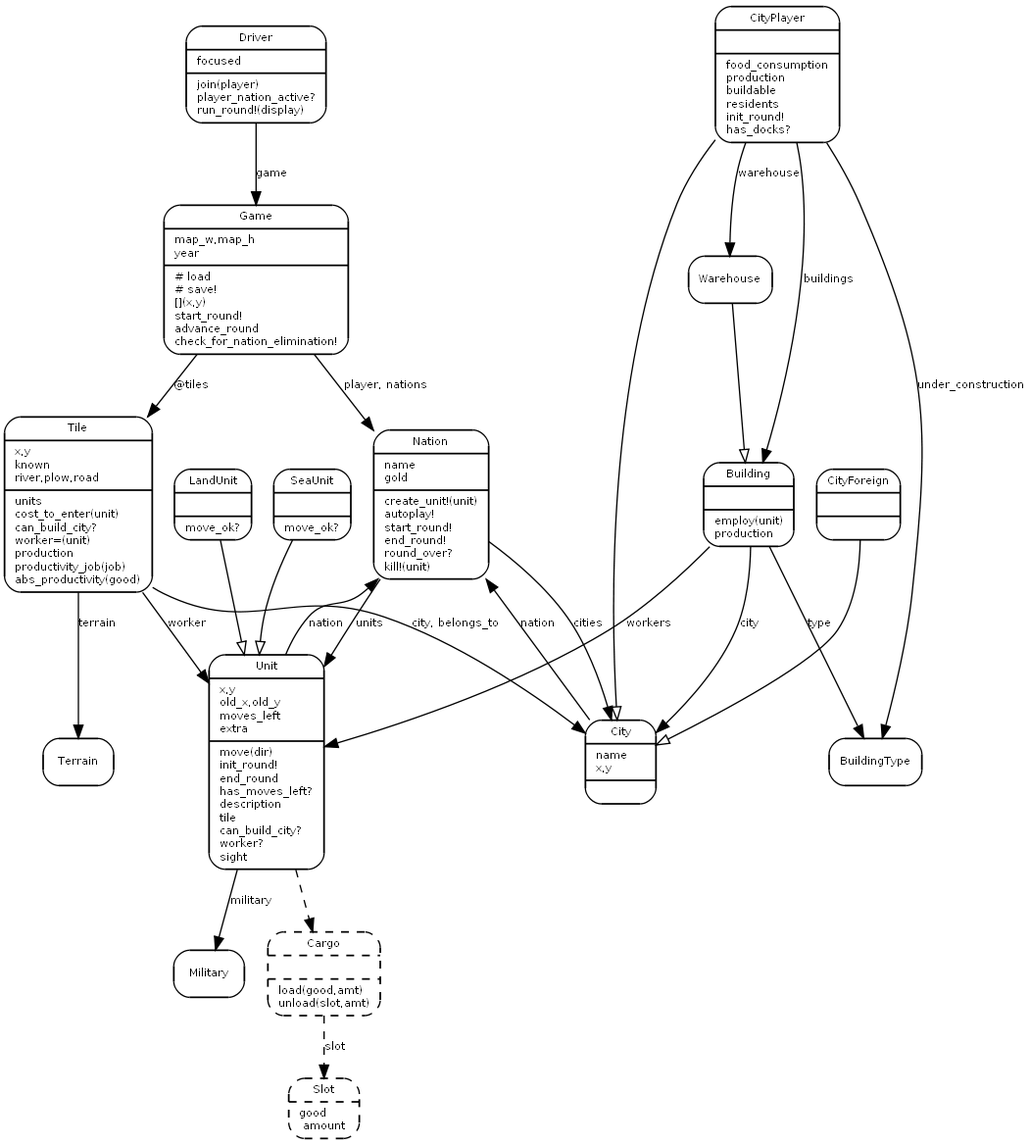
The Graphviz diagram cociv/doc/classes.png in andrenho/andrenho, before a commit. Its source is kept beside it as cociv/doc/classes.dot. Its diagram source:
```dot
digraph G {
  fontname = "DejaVu Sans"
  fontsize = 8

  node [
    fontname = "DejaVu Sans"
    fontsize = 8
    shape = "Mrecord"
  ]

  edge [
    fontname = "DejaVu Sans"
    fontsize = 8
  ]

  Driver [
    label = "{Driver | focused\l | join(player)\lplayer_nation_active?\lrun_round!(display)\l }"
  ]
  Driver -> Game [ label = "game" ]

  Game [
    label = "{Game | map_w,map_h\lyear\l | # load\l# save!\l[](x,y)\lstart_round!\ladvance_round\lcheck_for_nation_elimination!\l }"
  ]
  Game -> Nation [ label = "player, nations" ]
  Game -> Tile [ label = "@tiles" ]

  Tile [
    label = "{Tile | x,y\lknown\lriver,plow,road\l|units\lcost_to_enter(unit)\lcan_build_city?\lworker=(unit)\lproduction\lproductivity_job(job)\labs_productivity(good)\l}"
  ]
  Tile -> Terrain [ label = "terrain" ]
  Tile -> City [ label = "city, belongs_to" ]
  Tile -> Unit [ label = "worker" ]

  Nation [
    label = "{Nation | name\lgold\l | create_unit!(unit)\lautoplay!\lstart_round!\lend_round!\lround_over?\lkill!(unit)\l }"
  ]
  Nation -> Unit [ label = "units" ]
  Nation -> City [ label = "cities" ]

  Unit [
    label = "{Unit | x,y\lold_x,old_y\lmoves_left\lextra\l | move(dir)\linit_round!\lend_round\lhas_moves_left?\ldescription\ltile\lcan_build_city?\lworker?\lsight\l }"
  ]
  Unit -> Nation [ label = "nation" ]
  Unit -> Military [ label = "military" ]

  LandUnit -> Unit [ arrowhead = "empty" ]
  LandUnit [
    label = "{LandUnit || move_ok?}"
  ]

  SeaUnit -> Unit [ arrowhead = "empty" ]
  SeaUnit [
    label = "{SeaUnit || move_ok?}"
  ]

  Unit -> Cargo [ style = "dashed" ];
  Cargo [
    label = "{Cargo||load(good,amt)\lunload(slot,amt)\l}"
    style = "dashed"
  ]

  Cargo -> Slot [ label="slot", style = "dashed" ];
  Slot [
    label = "{Slot|good\lamount}"
    style = "dashed"
  ]

  City [
    label = "{City | name\lx,y\l|}"
  ]
  City -> Nation [ label = "nation" ]

  CityForeign -> City [ arrowhead = "empty" ]
  CityForeign [
    label = "{CityForeign||}"
  ]

  CityPlayer -> City [ arrowhead = "empty" ]
  CityPlayer [
    label = "{CityPlayer || food_consumption\lproduction\lbuildable\lresidents\linit_round!\lhas_docks?\l }"
  ]
  CityPlayer -> Building [ label = "buildings" ]
  CityPlayer -> BuildingType [ label = "under_construction" ]
  CityPlayer -> Warehouse [ label = "warehouse" ]

  Building [
    label = "{Building || employ(unit)\lproduction\l}"
  ]
  Building -> BuildingType [ label = "type" ]
  Building -> Unit [ label = "workers" ]
  Building -> City [ label = "city" ]

  Warehouse -> Building [ arrowhead = "empty" ]

}
```
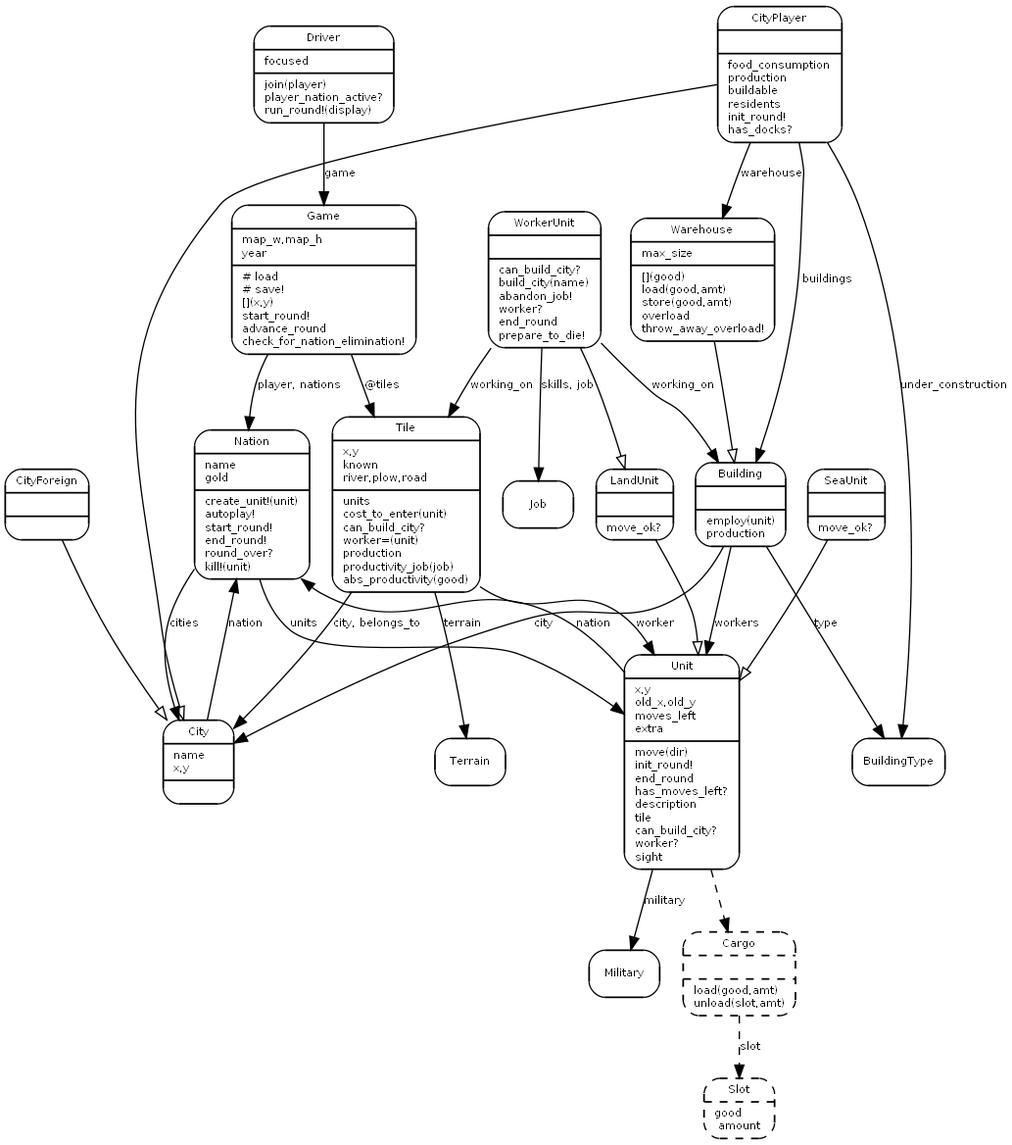
After the commit.

Change to the diagram source:
```diff
@@ -91,5 +91,15 @@
   Building -> City [ label = "city" ]
 
   Warehouse -> Building [ arrowhead = "empty" ]
+  Warehouse [
+    label = "{Warehouse | max_size\l | [](good)\lload(good,amt)\lstore(good,amt)\loverload\lthrow_away_overload!\l }"
+  ]
 
+  WorkerUnit -> LandUnit [ arrowhead = "empty" ]
+  WorkerUnit [
+    label = "{ WorkerUnit || can_build_city?\lbuild_city(name)\labandon_job!\lworker?\lend_round\lprepare_to_die!\l }"
+  ]
+  WorkerUnit -> Job [ label = "skills, job" ]
+  WorkerUnit -> Building [ label = "working_on" ]
+  WorkerUnit -> Tile [ label = "working_on" ]
 }
```
